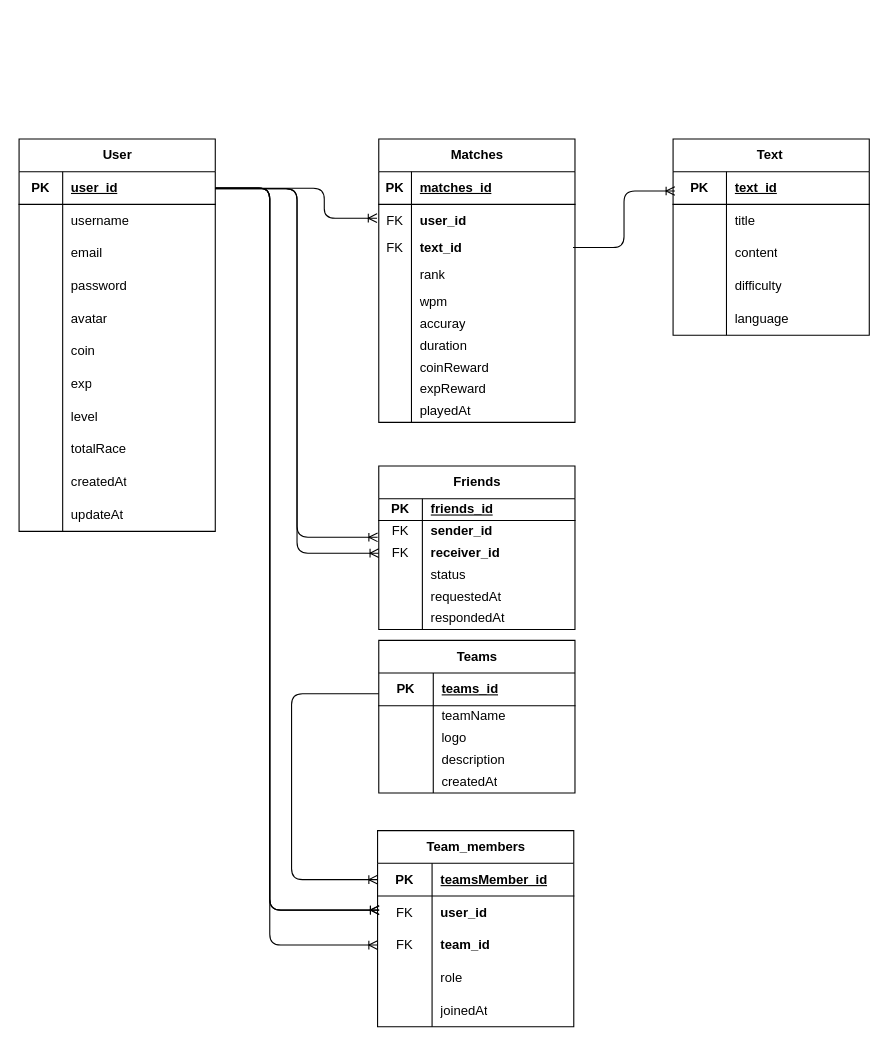
The draw.io diagram docs/ERD.drawio in pappusBuild/typing-race, before the edit. Source tidied: cells renumbered, new cells numbered last; positions are measured from the earlier drawing's top-left corner, leaving out a move shared by most shapes. Both pictures are drawn from the tidied source at 109%, with x=0, y=0 at pixel (19, 138).
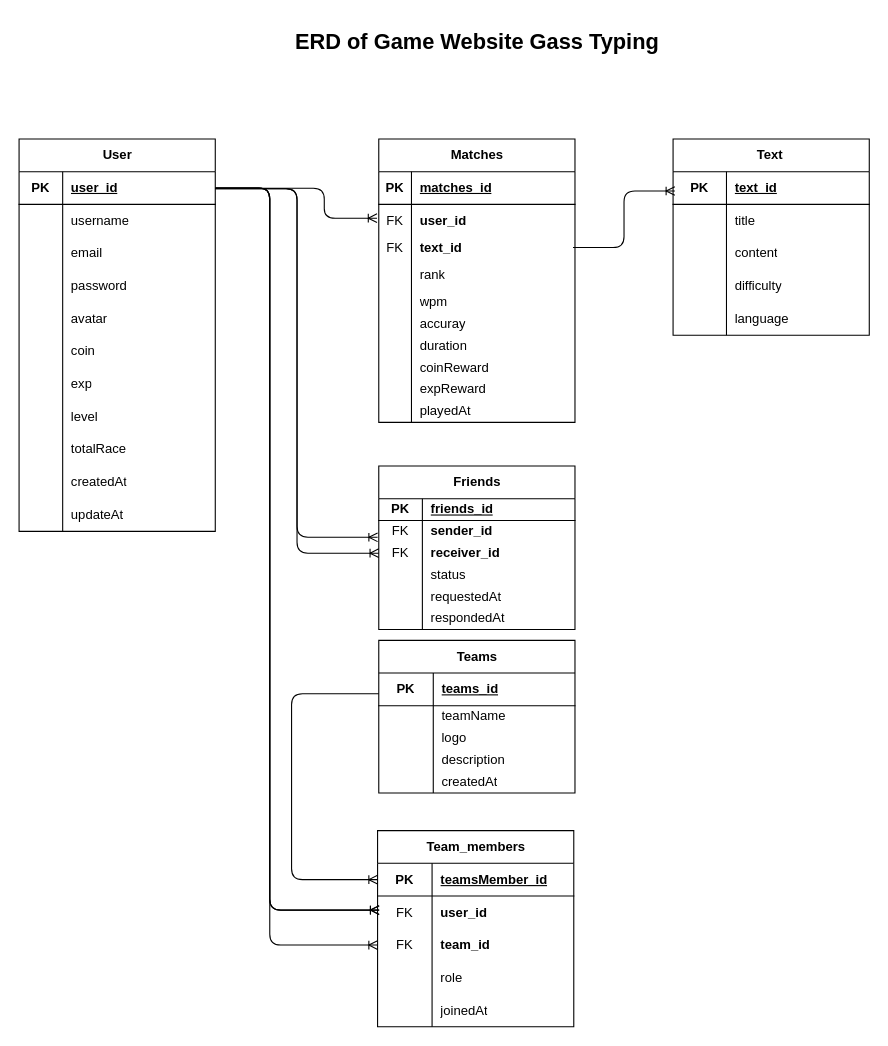
The same page after the edit.

Commit message (it also covers changes not shown here):
judul ERD

Diff of the diagram source:
```diff
@@
+    <mxCell id="142" value="&lt;font style=&quot;font-size: 20px;&quot;&gt;&lt;b&gt;ERD of Game Website Gass Typing&lt;/b&gt;&lt;/font&gt;" style="text;html=1;align=center;verticalAlign=middle;strokeColor=none;fillColor=none;" parent="1" vertex="1">
+      <mxGeometry x="240" y="-110" width="360" height="40" as="geometry" />
+    </mxCell>
```
